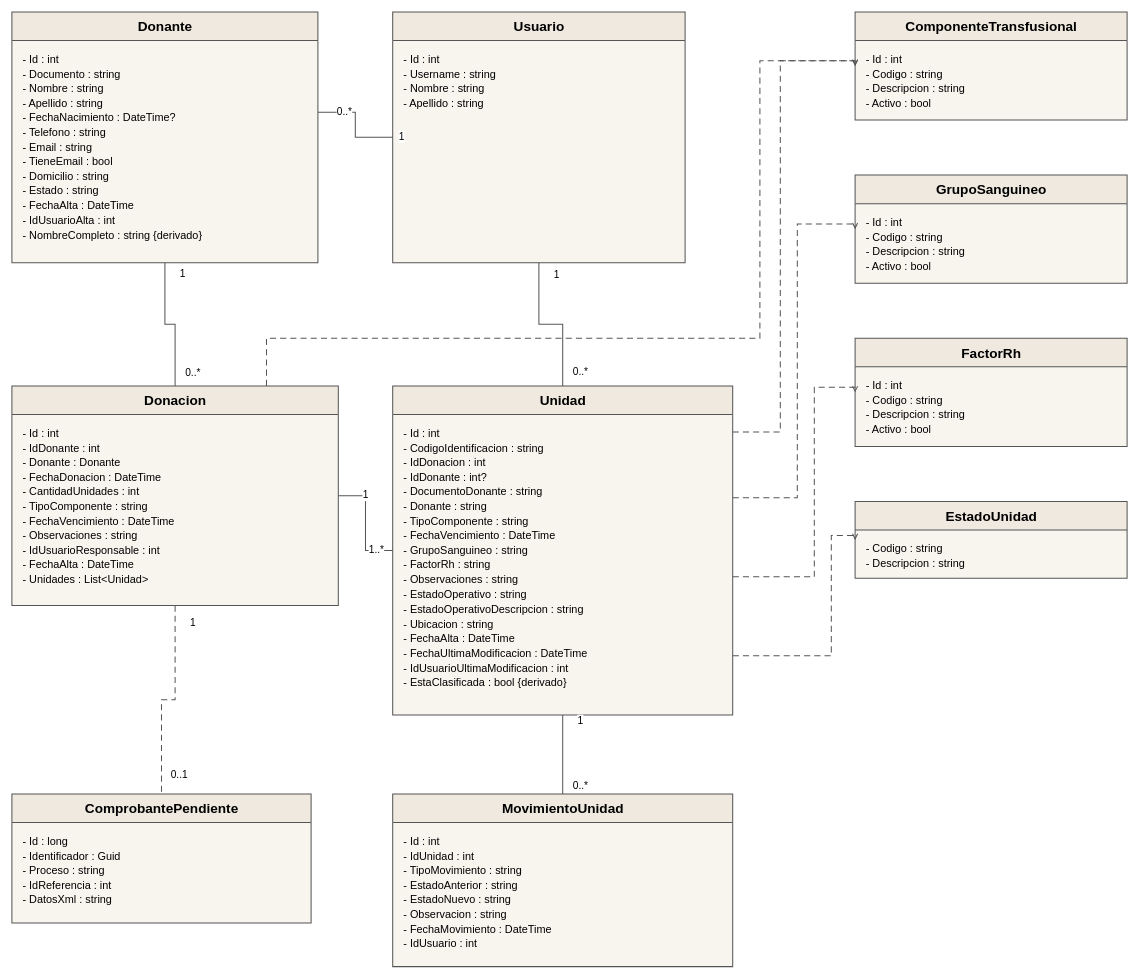
Above: Diagramas/Secuencia de Roles/PN1_DiagramaModeloConceptual.drawio in juanNH/Ingenieria-de-Software (draw.io), before the change. Source tidied: cells renumbered, new cells numbered last; positions are measured from the earlier drawing's top-left corner, leaving out a move shared by most shapes. Both pictures are drawn from the tidied source at 68%, with x=0, y=0 at pixel (12, 12).
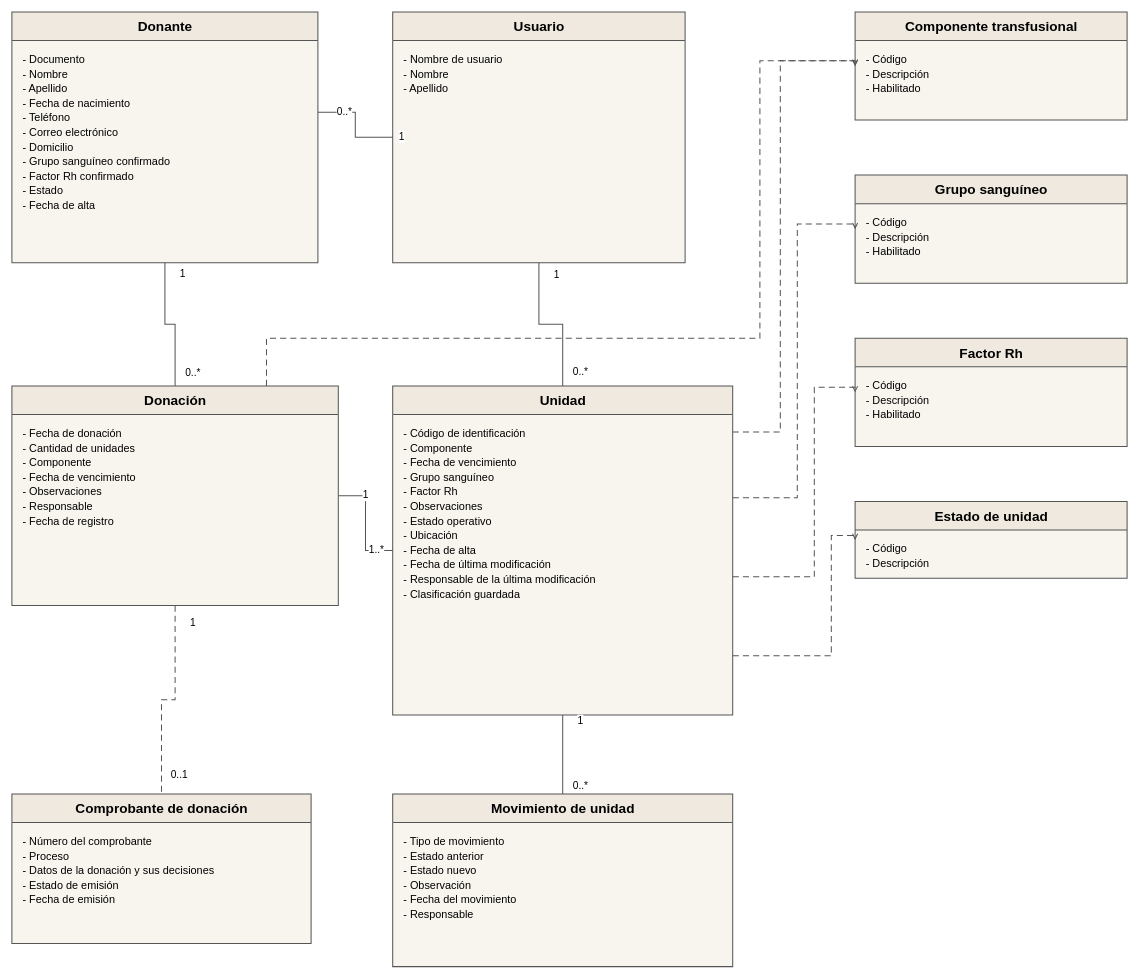
Above is the later version.

The change refers to these unchanged cells:
```xml
<mxCell id="2" value="Donante" style="swimlane;html=1;horizontal=1;startSize=42;rounded=0;fillColor=#EFE9DF;swimlaneFillColor=#F8F5EF;strokeColor=#555555;strokeWidth=1.5;fontFamily=Arial;fontSize=20;fontStyle=1;align=center;verticalAlign=middle;" parent="1" vertex="1">
  <mxGeometry width="450" height="369" as="geometry" />
</mxCell>
<mxCell id="4" value="Usuario" style="swimlane;html=1;horizontal=1;startSize=42;rounded=0;fillColor=#EFE9DF;swimlaneFillColor=#F8F5EF;strokeColor=#555555;strokeWidth=1.5;fontFamily=Arial;fontSize=20;fontStyle=1;align=center;verticalAlign=middle;" parent="1" vertex="1">
  <mxGeometry x="560" width="430" height="369" as="geometry" />
</mxCell>
<mxCell id="8" value="Unidad" style="swimlane;html=1;horizontal=1;startSize=42;rounded=0;fillColor=#EFE9DF;swimlaneFillColor=#F8F5EF;strokeColor=#555555;strokeWidth=1.5;fontFamily=Arial;fontSize=20;fontStyle=1;align=center;verticalAlign=middle;" parent="1" vertex="1">
  <mxGeometry x="560" y="550" width="500" height="484" as="geometry" />
</mxCell>
```

What changed in the source:
```diff
@@
-    <mxCell id="3" value="&lt;div style=&quot;line-height:1.35&quot;&gt;- Id : int&lt;br&gt;- Documento : string&lt;br&gt;- Nombre : string&lt;br&gt;- Apellido : string&lt;br&gt;- FechaNacimiento : DateTime?&lt;br&gt;- Telefono : string&lt;br&gt;- Email : string&lt;br&gt;- TieneEmail : bool&lt;br&gt;- Domicilio : string&lt;br&gt;- Estado : string&lt;br&gt;- FechaAlta : DateTime&lt;br&gt;- IdUsuarioAlta : int&lt;br&gt;- NombreCompleto : string {derivado}&lt;/div&gt;" style="text;html=1;whiteSpace=wrap;strokeColor=none;fillColor=none;fontFamily=Arial;fontSize=16;align=left;verticalAlign=top;spacingLeft=14;spacingRight=12;spacingTop=10;" parent="2" vertex="1">
+    <mxCell id="3" value="&lt;div style=&quot;line-height:1.35&quot;&gt;- Documento&lt;br&gt;- Nombre&lt;br&gt;- Apellido&lt;br&gt;- Fecha de nacimiento&lt;br&gt;- Teléfono&lt;br&gt;- Correo electrónico&lt;br&gt;- Domicilio&lt;br&gt;- Grupo sanguíneo confirmado&lt;br&gt;- Factor Rh confirmado&lt;br&gt;- Estado&lt;br&gt;- Fecha de alta&lt;/div&gt;" style="text;html=1;whiteSpace=wrap;strokeColor=none;fillColor=none;fontFamily=Arial;fontSize=16;align=left;verticalAlign=top;spacingLeft=14;spacingRight=12;spacingTop=10;" parent="2" vertex="1">
       <mxGeometry y="42" width="450" height="327" as="geometry" />
     </mxCell>
@@
-    <mxCell id="5" value="&lt;div style=&quot;line-height:1.35&quot;&gt;- Id : int&lt;br&gt;- Username : string&lt;br&gt;- Nombre : string&lt;br&gt;- Apellido : string&lt;/div&gt;" style="text;html=1;whiteSpace=wrap;strokeColor=none;fillColor=none;fontFamily=Arial;fontSize=16;align=left;verticalAlign=top;spacingLeft=14;spacingRight=12;spacingTop=10;" parent="4" vertex="1">
+    <mxCell id="5" value="&lt;div style=&quot;line-height:1.35&quot;&gt;- Nombre de usuario&lt;br&gt;- Nombre&lt;br&gt;- Apellido&lt;/div&gt;" style="text;html=1;whiteSpace=wrap;strokeColor=none;fillColor=none;fontFamily=Arial;fontSize=16;align=left;verticalAlign=top;spacingLeft=14;spacingRight=12;spacingTop=10;" parent="4" vertex="1">
       <mxGeometry y="42" width="430" height="327" as="geometry" />
     </mxCell>
-    <mxCell id="6" value="Donacion" style="swimlane;html=1;horizontal=1;startSize=42;rounded=0;fillColor=#EFE9DF;swimlaneFillColor=#F8F5EF;strokeColor=#555555;strokeWidth=1.5;fontFamily=Arial;fontSize=20;fontStyle=1;align=center;verticalAlign=middle;" parent="1" vertex="1">
+    <mxCell id="6" value="Donación" style="swimlane;html=1;horizontal=1;startSize=42;rounded=0;fillColor=#EFE9DF;swimlaneFillColor=#F8F5EF;strokeColor=#555555;strokeWidth=1.5;fontFamily=Arial;fontSize=20;fontStyle=1;align=center;verticalAlign=middle;" parent="1" vertex="1">
       <mxGeometry y="550" width="480" height="323" as="geometry" />
     </mxCell>
-    <mxCell id="7" value="&lt;div style=&quot;line-height:1.35&quot;&gt;- Id : int&lt;br&gt;- IdDonante : int&lt;br&gt;- Donante : Donante&lt;br&gt;- FechaDonacion : DateTime&lt;br&gt;- CantidadUnidades : int&lt;br&gt;- TipoComponente : string&lt;br&gt;- FechaVencimiento : DateTime&lt;br&gt;- Observaciones : string&lt;br&gt;- IdUsuarioResponsable : int&lt;br&gt;- FechaAlta : DateTime&lt;br&gt;- Unidades : List&amp;lt;Unidad&amp;gt;&lt;/div&gt;" style="text;html=1;whiteSpace=wrap;strokeColor=none;fillColor=none;fontFamily=Arial;fontSize=16;align=left;verticalAlign=top;spacingLeft=14;spacingRight=12;spacingTop=10;" parent="6" vertex="1">
+    <mxCell id="7" value="&lt;div style=&quot;line-height:1.35&quot;&gt;- Fecha de donación&lt;br&gt;- Cantidad de unidades&lt;br&gt;- Componente&lt;br&gt;- Fecha de vencimiento&lt;br&gt;- Observaciones&lt;br&gt;- Responsable&lt;br&gt;- Fecha de registro&lt;/div&gt;" style="text;html=1;whiteSpace=wrap;strokeColor=none;fillColor=none;fontFamily=Arial;fontSize=16;align=left;verticalAlign=top;spacingLeft=14;spacingRight=12;spacingTop=10;" parent="6" vertex="1">
       <mxGeometry y="42" width="480" height="281" as="geometry" />
     </mxCell>
@@
-    <mxCell id="9" value="&lt;div style=&quot;line-height:1.35&quot;&gt;- Id : int&lt;br&gt;- CodigoIdentificacion : string&lt;br&gt;- IdDonacion : int&lt;br&gt;- IdDonante : int?&lt;br&gt;- DocumentoDonante : string&lt;br&gt;- Donante : string&lt;br&gt;- TipoComponente : string&lt;br&gt;- FechaVencimiento : DateTime&lt;br&gt;- GrupoSanguineo : string&lt;br&gt;- FactorRh : string&lt;br&gt;- Observaciones : string&lt;br&gt;- EstadoOperativo : string&lt;br&gt;- EstadoOperativoDescripcion : string&lt;br&gt;- Ubicacion : string&lt;br&gt;- FechaAlta : DateTime&lt;br&gt;- FechaUltimaModificacion : DateTime&lt;br&gt;- IdUsuarioUltimaModificacion : int&lt;br&gt;- EstaClasificada : bool {derivado}&lt;/div&gt;" style="text;html=1;whiteSpace=wrap;strokeColor=none;fillColor=none;fontFamily=Arial;fontSize=16;align=left;verticalAlign=top;spacingLeft=14;spacingRight=12;spacingTop=10;" parent="8" vertex="1">
+    <mxCell id="9" value="&lt;div style=&quot;line-height:1.35&quot;&gt;- Código de identificación&lt;br&gt;- Componente&lt;br&gt;- Fecha de vencimiento&lt;br&gt;- Grupo sanguíneo&lt;br&gt;- Factor Rh&lt;br&gt;- Observaciones&lt;br&gt;- Estado operativo&lt;br&gt;- Ubicación&lt;br&gt;- Fecha de alta&lt;br&gt;- Fecha de última modificación&lt;br&gt;- Responsable de la última modificación&lt;br&gt;- Clasificación guardada&lt;/div&gt;" style="text;html=1;whiteSpace=wrap;strokeColor=none;fillColor=none;fontFamily=Arial;fontSize=16;align=left;verticalAlign=top;spacingLeft=14;spacingRight=12;spacingTop=10;" parent="8" vertex="1">
       <mxGeometry y="42" width="500" height="442" as="geometry" />
     </mxCell>
-    <mxCell id="10" value="MovimientoUnidad" style="swimlane;html=1;horizontal=1;startSize=42;rounded=0;fillColor=#EFE9DF;swimlaneFillColor=#F8F5EF;strokeColor=#555555;strokeWidth=1.5;fontFamily=Arial;fontSize=20;fontStyle=1;align=center;verticalAlign=middle;" parent="1" vertex="1">
+    <mxCell id="10" value="Movimiento de unidad" style="swimlane;html=1;horizontal=1;startSize=42;rounded=0;fillColor=#EFE9DF;swimlaneFillColor=#F8F5EF;strokeColor=#555555;strokeWidth=1.5;fontFamily=Arial;fontSize=20;fontStyle=1;align=center;verticalAlign=middle;" parent="1" vertex="1">
       <mxGeometry x="560" y="1150" width="500" height="254" as="geometry" />
     </mxCell>
-    <mxCell id="11" value="&lt;div style=&quot;line-height:1.35&quot;&gt;- Id : int&lt;br&gt;- IdUnidad : int&lt;br&gt;- TipoMovimiento : string&lt;br&gt;- EstadoAnterior : string&lt;br&gt;- EstadoNuevo : string&lt;br&gt;- Observacion : string&lt;br&gt;- FechaMovimiento : DateTime&lt;br&gt;- IdUsuario : int&lt;/div&gt;" style="text;html=1;whiteSpace=wrap;strokeColor=none;fillColor=none;fontFamily=Arial;fontSize=16;align=left;verticalAlign=top;spacingLeft=14;spacingRight=12;spacingTop=10;" parent="10" vertex="1">
+    <mxCell id="11" value="&lt;div style=&quot;line-height:1.35&quot;&gt;- Tipo de movimiento&lt;br&gt;- Estado anterior&lt;br&gt;- Estado nuevo&lt;br&gt;- Observación&lt;br&gt;- Fecha del movimiento&lt;br&gt;- Responsable&lt;/div&gt;" style="text;html=1;whiteSpace=wrap;strokeColor=none;fillColor=none;fontFamily=Arial;fontSize=16;align=left;verticalAlign=top;spacingLeft=14;spacingRight=12;spacingTop=10;" parent="10" vertex="1">
       <mxGeometry y="42" width="500" height="212" as="geometry" />
     </mxCell>
-    <mxCell id="12" value="ComprobantePendiente" style="swimlane;html=1;horizontal=1;startSize=42;rounded=0;fillColor=#EFE9DF;swimlaneFillColor=#F8F5EF;strokeColor=#555555;strokeWidth=1.5;fontFamily=Arial;fontSize=20;fontStyle=1;align=center;verticalAlign=middle;" parent="1" vertex="1">
-      <mxGeometry y="1150" width="440" height="190" as="geometry" />
+    <mxCell id="12" value="Comprobante de donación" style="swimlane;html=1;horizontal=1;startSize=42;rounded=0;fillColor=#EFE9DF;swimlaneFillColor=#F8F5EF;strokeColor=#555555;strokeWidth=1.5;fontFamily=Arial;fontSize=20;fontStyle=1;align=center;verticalAlign=middle;" parent="1" vertex="1">
+      <mxGeometry y="1150" width="440" height="220" as="geometry" />
     </mxCell>
-    <mxCell id="13" value="&lt;div style=&quot;line-height:1.35&quot;&gt;- Id : long&lt;br&gt;- Identificador : Guid&lt;br&gt;- Proceso : string&lt;br&gt;- IdReferencia : int&lt;br&gt;- DatosXml : string&lt;/div&gt;" style="text;html=1;whiteSpace=wrap;strokeColor=none;fillColor=none;fontFamily=Arial;fontSize=16;align=left;verticalAlign=top;spacingLeft=14;spacingRight=12;spacingTop=10;" parent="12" vertex="1">
-      <mxGeometry y="42" width="440" height="148" as="geometry" />
+    <mxCell id="13" value="&lt;div style=&quot;line-height:1.35&quot;&gt;- Número del comprobante&lt;br&gt;- Proceso&lt;br&gt;- Datos de la donación y sus decisiones&lt;br&gt;- Estado de emisión&lt;br&gt;- Fecha de emisión&lt;/div&gt;" style="text;html=1;whiteSpace=wrap;strokeColor=none;fillColor=none;fontFamily=Arial;fontSize=16;align=left;verticalAlign=top;spacingLeft=14;spacingRight=12;spacingTop=10;" parent="12" vertex="1">
+      <mxGeometry y="42" width="440" height="178" as="geometry" />
     </mxCell>
@@
-    <mxCell id="32" value="ComponenteTransfusional" style="swimlane;html=1;horizontal=1;startSize=42;rounded=0;fillColor=#EFE9DF;swimlaneFillColor=#F8F5EF;strokeColor=#555555;strokeWidth=1.5;fontFamily=Arial;fontSize=20;fontStyle=1;align=center;verticalAlign=middle;" parent="1" vertex="1">
+    <mxCell id="32" value="Componente transfusional" style="swimlane;html=1;horizontal=1;startSize=42;rounded=0;fillColor=#EFE9DF;swimlaneFillColor=#F8F5EF;strokeColor=#555555;strokeWidth=1.5;fontFamily=Arial;fontSize=20;fontStyle=1;align=center;verticalAlign=middle;" parent="1" vertex="1">
       <mxGeometry x="1240" width="400" height="159" as="geometry" />
     </mxCell>
-    <mxCell id="33" value="&lt;div style=&quot;line-height:1.35&quot;&gt;- Id : int&lt;br&gt;- Codigo : string&lt;br&gt;- Descripcion : string&lt;br&gt;- Activo : bool&lt;/div&gt;" style="text;html=1;whiteSpace=wrap;strokeColor=none;fillColor=none;fontFamily=Arial;fontSize=16;align=left;verticalAlign=top;spacingLeft=14;spacingRight=12;spacingTop=10;" parent="32" vertex="1">
+    <mxCell id="33" value="&lt;div style=&quot;line-height:1.35&quot;&gt;- Código&lt;br&gt;- Descripción&lt;br&gt;- Habilitado&lt;/div&gt;" style="text;html=1;whiteSpace=wrap;strokeColor=none;fillColor=none;fontFamily=Arial;fontSize=16;align=left;verticalAlign=top;spacingLeft=14;spacingRight=12;spacingTop=10;" parent="32" vertex="1">
       <mxGeometry y="42" width="400" height="117" as="geometry" />
     </mxCell>
-    <mxCell id="34" value="GrupoSanguineo" style="swimlane;html=1;horizontal=1;startSize=42;rounded=0;fillColor=#EFE9DF;swimlaneFillColor=#F8F5EF;strokeColor=#555555;strokeWidth=1.5;fontFamily=Arial;fontSize=20;fontStyle=1;align=center;verticalAlign=middle;" parent="1" vertex="1">
+    <mxCell id="34" value="Grupo sanguíneo" style="swimlane;html=1;horizontal=1;startSize=42;rounded=0;fillColor=#EFE9DF;swimlaneFillColor=#F8F5EF;strokeColor=#555555;strokeWidth=1.5;fontFamily=Arial;fontSize=20;fontStyle=1;align=center;verticalAlign=middle;" parent="1" vertex="1">
       <mxGeometry x="1240" y="240" width="400" height="159" as="geometry" />
     </mxCell>
-    <mxCell id="35" value="&lt;div style=&quot;line-height:1.35&quot;&gt;- Id : int&lt;br&gt;- Codigo : string&lt;br&gt;- Descripcion : string&lt;br&gt;- Activo : bool&lt;/div&gt;" style="text;html=1;whiteSpace=wrap;strokeColor=none;fillColor=none;fontFamily=Arial;fontSize=16;align=left;verticalAlign=top;spacingLeft=14;spacingRight=12;spacingTop=10;" parent="34" vertex="1">
+    <mxCell id="35" value="&lt;div style=&quot;line-height:1.35&quot;&gt;- Código&lt;br&gt;- Descripción&lt;br&gt;- Habilitado&lt;/div&gt;" style="text;html=1;whiteSpace=wrap;strokeColor=none;fillColor=none;fontFamily=Arial;fontSize=16;align=left;verticalAlign=top;spacingLeft=14;spacingRight=12;spacingTop=10;" parent="34" vertex="1">
       <mxGeometry y="42" width="400" height="117" as="geometry" />
     </mxCell>
-    <mxCell id="36" value="FactorRh" style="swimlane;html=1;horizontal=1;startSize=42;rounded=0;fillColor=#EFE9DF;swimlaneFillColor=#F8F5EF;strokeColor=#555555;strokeWidth=1.5;fontFamily=Arial;fontSize=20;fontStyle=1;align=center;verticalAlign=middle;" parent="1" vertex="1">
+    <mxCell id="36" value="Factor Rh" style="swimlane;html=1;horizontal=1;startSize=42;rounded=0;fillColor=#EFE9DF;swimlaneFillColor=#F8F5EF;strokeColor=#555555;strokeWidth=1.5;fontFamily=Arial;fontSize=20;fontStyle=1;align=center;verticalAlign=middle;" parent="1" vertex="1">
       <mxGeometry x="1240" y="480" width="400" height="159" as="geometry" />
     </mxCell>
-    <mxCell id="37" value="&lt;div style=&quot;line-height:1.35&quot;&gt;- Id : int&lt;br&gt;- Codigo : string&lt;br&gt;- Descripcion : string&lt;br&gt;- Activo : bool&lt;/div&gt;" style="text;html=1;whiteSpace=wrap;strokeColor=none;fillColor=none;fontFamily=Arial;fontSize=16;align=left;verticalAlign=top;spacingLeft=14;spacingRight=12;spacingTop=10;" parent="36" vertex="1">
+    <mxCell id="37" value="&lt;div style=&quot;line-height:1.35&quot;&gt;- Código&lt;br&gt;- Descripción&lt;br&gt;- Habilitado&lt;/div&gt;" style="text;html=1;whiteSpace=wrap;strokeColor=none;fillColor=none;fontFamily=Arial;fontSize=16;align=left;verticalAlign=top;spacingLeft=14;spacingRight=12;spacingTop=10;" parent="36" vertex="1">
       <mxGeometry y="42" width="400" height="117" as="geometry" />
     </mxCell>
-    <mxCell id="38" value="EstadoUnidad" style="swimlane;html=1;horizontal=1;startSize=42;rounded=0;fillColor=#EFE9DF;swimlaneFillColor=#F8F5EF;strokeColor=#555555;strokeWidth=1.5;fontFamily=Arial;fontSize=20;fontStyle=1;align=center;verticalAlign=middle;" parent="1" vertex="1">
+    <mxCell id="38" value="Estado de unidad" style="swimlane;html=1;horizontal=1;startSize=42;rounded=0;fillColor=#EFE9DF;swimlaneFillColor=#F8F5EF;strokeColor=#555555;strokeWidth=1.5;fontFamily=Arial;fontSize=20;fontStyle=1;align=center;verticalAlign=middle;" parent="1" vertex="1">
       <mxGeometry x="1240" y="720" width="400" height="113" as="geometry" />
     </mxCell>
-    <mxCell id="39" value="&lt;div style=&quot;line-height:1.35&quot;&gt;- Codigo : string&lt;br&gt;- Descripcion : string&lt;/div&gt;" style="text;html=1;whiteSpace=wrap;strokeColor=none;fillColor=none;fontFamily=Arial;fontSize=16;align=left;verticalAlign=top;spacingLeft=14;spacingRight=12;spacingTop=10;" parent="38" vertex="1">
+    <mxCell id="39" value="&lt;div style=&quot;line-height:1.35&quot;&gt;- Código&lt;br&gt;- Descripción&lt;/div&gt;" style="text;html=1;whiteSpace=wrap;strokeColor=none;fillColor=none;fontFamily=Arial;fontSize=16;align=left;verticalAlign=top;spacingLeft=14;spacingRight=12;spacingTop=10;" parent="38" vertex="1">
       <mxGeometry y="42" width="400" height="71" as="geometry" />
     </mxCell>
```
